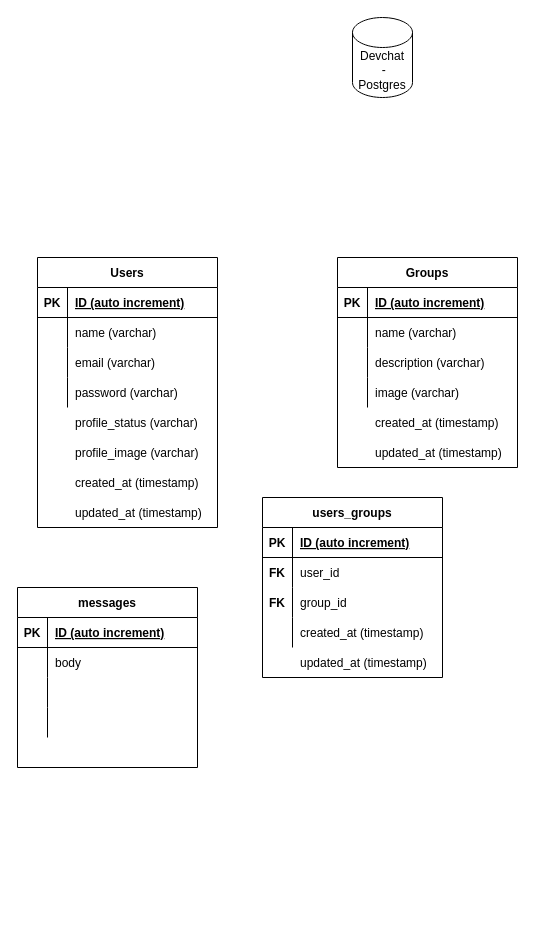
This is backend/docs/MER.drawio from caioliveira277/dev-chat-project, a draw.io file, before an edit. Source tidied: cells renumbered, new cells numbered last; positions are measured from the earlier drawing's top-left corner, leaving out a move shared by most shapes. Both pictures are drawn from the tidied source at 100%, with x=0, y=0 at pixel (17, 17).
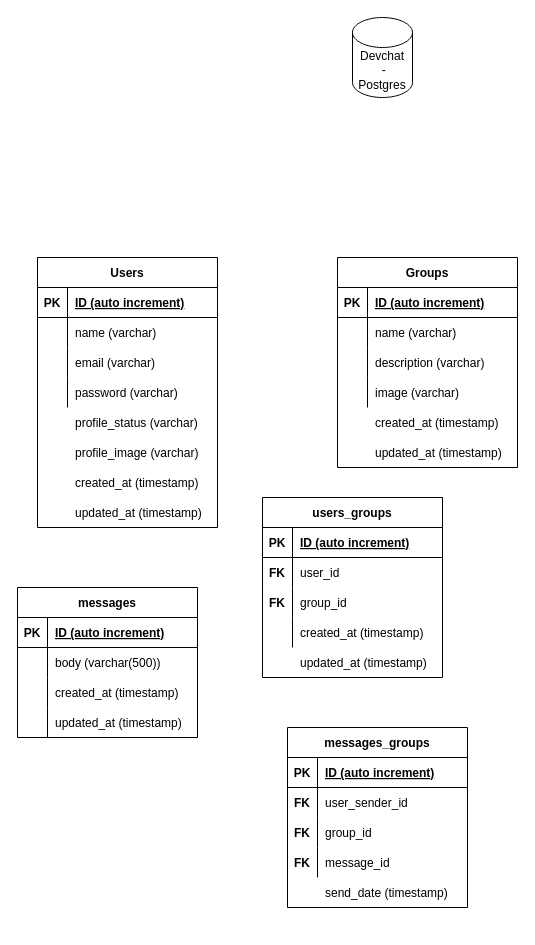
The same diagram, later.

The change refers to these unchanged cells:
```xml
<mxCell id="61" style="group;" parent="60" vertex="1">
  <mxGeometry width="180" height="210" as="geometry" />
</mxCell>
<mxCell id="66" style="shape=partialRectangle;fillColor=none;top=0;left=0;bottom=0;right=0;" parent="62" vertex="1">
  <mxGeometry y="60" width="180" height="30" as="geometry" />
</mxCell>
```

Change to the diagram source:
```diff
@@
+    <mxCell id="75" style="group;" parent="61" vertex="1">
+      <mxGeometry width="180" height="150" as="geometry" />
+    </mxCell>
-    <mxCell id="62" value="messages" style="shape=table;startSize=30;childLayout=tableLayout;rowLines=0;fontStyle=1;align=center;" parent="61" vertex="1">
-      <mxGeometry width="180" height="180" as="geometry" />
+    <mxCell id="62" value="messages" style="shape=table;startSize=30;childLayout=tableLayout;rowLines=0;fontStyle=1;align=center;" parent="75" vertex="1">
+      <mxGeometry width="180" height="150" as="geometry" />
     </mxCell>
@@
-    <mxCell id="68" value="body" style="shape=partialRectangle;fillColor=none;top=0;left=0;bottom=0;right=0;align=left;spacingLeft=6;overflow=hidden;" parent="66" vertex="1">
+    <mxCell id="68" value="body (varchar(500))" style="shape=partialRectangle;fillColor=none;top=0;left=0;bottom=0;right=0;align=left;spacingLeft=6;overflow=hidden;" parent="66" vertex="1">
       <mxGeometry x="30" width="150" height="30" as="geometry" />
     </mxCell>
@@
+    <mxCell id="76" value="created_at (timestamp)" style="shape=partialRectangle;fillColor=none;top=0;left=0;bottom=0;right=0;align=left;spacingLeft=6;overflow=hidden;" parent="75" vertex="1">
+      <mxGeometry x="30" y="90" width="150" height="30" as="geometry" />
+    </mxCell>
+    <mxCell id="77" value="updated_at (timestamp)" style="shape=partialRectangle;fillColor=none;top=0;left=0;bottom=0;right=0;align=left;spacingLeft=6;overflow=hidden;" parent="75" vertex="1">
+      <mxGeometry x="30" y="120" width="150" height="30" as="geometry" />
+    </mxCell>
+    <mxCell id="78" style="group;" parent="1" vertex="1">
+      <mxGeometry x="270" y="710" width="180" height="200" as="geometry" />
+    </mxCell>
+    <mxCell id="79" value="messages_groups" style="shape=table;startSize=30;childLayout=tableLayout;rowLines=0;fontStyle=1;align=center;" parent="78" vertex="1">
+      <mxGeometry width="180" height="180" as="geometry" />
+    </mxCell>
+    <mxCell id="80" style="shape=partialRectangle;fillColor=none;top=0;left=0;bottom=1;right=0;" parent="79" vertex="1">
+      <mxGeometry y="30" width="180" height="30" as="geometry" />
+    </mxCell>
+    <mxCell id="81" value="PK" style="shape=partialRectangle;fillColor=none;top=0;left=0;bottom=0;right=0;fontStyle=1;overflow=hidden;" parent="80" vertex="1">
+      <mxGeometry width="30" height="30" as="geometry" />
+    </mxCell>
+    <mxCell id="82" value="ID (auto increment)" style="shape=partialRectangle;fillColor=none;top=0;left=0;bottom=0;right=0;align=left;spacingLeft=6;fontStyle=5;overflow=hidden;" parent="80" vertex="1">
+      <mxGeometry x="30" width="150" height="30" as="geometry" />
+    </mxCell>
+    <mxCell id="83" style="shape=partialRectangle;fillColor=none;top=0;left=0;bottom=0;right=0;" parent="79" vertex="1">
+      <mxGeometry y="60" width="180" height="30" as="geometry" />
+    </mxCell>
+    <mxCell id="84" style="shape=partialRectangle;fillColor=none;top=0;left=0;bottom=0;right=0;overflow=hidden;" parent="83" vertex="1">
+      <mxGeometry width="30" height="30" as="geometry" />
+    </mxCell>
+    <mxCell id="85" value="user_sender_id" style="shape=partialRectangle;fillColor=none;top=0;left=0;bottom=0;right=0;align=left;spacingLeft=6;overflow=hidden;" parent="83" vertex="1">
+      <mxGeometry x="30" width="150" height="30" as="geometry" />
+    </mxCell>
+    <mxCell id="86" style="shape=partialRectangle;fillColor=none;top=0;left=0;bottom=0;right=0;" parent="79" vertex="1">
+      <mxGeometry y="90" width="180" height="30" as="geometry" />
+    </mxCell>
+    <mxCell id="87" style="shape=partialRectangle;fillColor=none;top=0;left=0;bottom=0;right=0;overflow=hidden;" parent="86" vertex="1">
+      <mxGeometry width="30" height="30" as="geometry" />
+    </mxCell>
+    <mxCell id="88" style="shape=partialRectangle;fillColor=none;top=0;left=0;bottom=0;right=0;align=left;spacingLeft=6;overflow=hidden;" parent="86" vertex="1">
+      <mxGeometry x="30" width="150" height="30" as="geometry" />
+    </mxCell>
+    <mxCell id="89" style="shape=partialRectangle;fillColor=none;top=0;left=0;bottom=0;right=0;" parent="79" vertex="1">
+      <mxGeometry y="120" width="180" height="30" as="geometry" />
+    </mxCell>
+    <mxCell id="90" style="shape=partialRectangle;fillColor=none;top=0;left=0;bottom=0;right=0;overflow=hidden;" parent="89" vertex="1">
+      <mxGeometry width="30" height="30" as="geometry" />
+    </mxCell>
+    <mxCell id="91" style="shape=partialRectangle;fillColor=none;top=0;left=0;bottom=0;right=0;align=left;spacingLeft=6;overflow=hidden;" parent="89" vertex="1">
+      <mxGeometry x="30" width="150" height="30" as="geometry" />
+    </mxCell>
+    <mxCell id="92" value="group_id" style="shape=partialRectangle;fillColor=none;top=0;left=0;bottom=0;right=0;align=left;spacingLeft=6;overflow=hidden;" parent="78" vertex="1">
+      <mxGeometry x="30" y="90" width="150" height="30" as="geometry" />
+    </mxCell>
+    <mxCell id="93" value="message_id" style="shape=partialRectangle;fillColor=none;top=0;left=0;bottom=0;right=0;align=left;spacingLeft=6;overflow=hidden;" parent="78" vertex="1">
+      <mxGeometry x="30" y="120" width="150" height="30" as="geometry" />
+    </mxCell>
+    <mxCell id="94" value="send_date (timestamp)" style="shape=partialRectangle;fillColor=none;top=0;left=0;bottom=0;right=0;align=left;spacingLeft=6;overflow=hidden;" parent="78" vertex="1">
+      <mxGeometry x="30" y="150" width="150" height="30" as="geometry" />
+    </mxCell>
+    <mxCell id="95" value="FK" style="shape=partialRectangle;fillColor=none;top=0;left=0;bottom=0;right=0;fontStyle=1;overflow=hidden;" parent="78" vertex="1">
+      <mxGeometry y="60" width="30" height="30" as="geometry" />
+    </mxCell>
+    <mxCell id="96" value="FK" style="shape=partialRectangle;fillColor=none;top=0;left=0;bottom=0;right=0;fontStyle=1;overflow=hidden;" parent="78" vertex="1">
+      <mxGeometry y="90" width="30" height="30" as="geometry" />
+    </mxCell>
+    <mxCell id="97" value="FK" style="shape=partialRectangle;fillColor=none;top=0;left=0;bottom=0;right=0;fontStyle=1;overflow=hidden;" parent="78" vertex="1">
+      <mxGeometry y="120" width="30" height="30" as="geometry" />
+    </mxCell>
```
